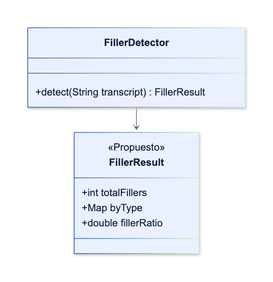
upc-pre-202620-si728-16365-thropic/talki-project-report keeps this Mermaid diagram as assets/diagrams/tactical/02-speech-analysis-classes.png. Above is the earlier version. Its source is kept beside it as assets/diagrams/tactical/02-speech-analysis-classes.mmd.
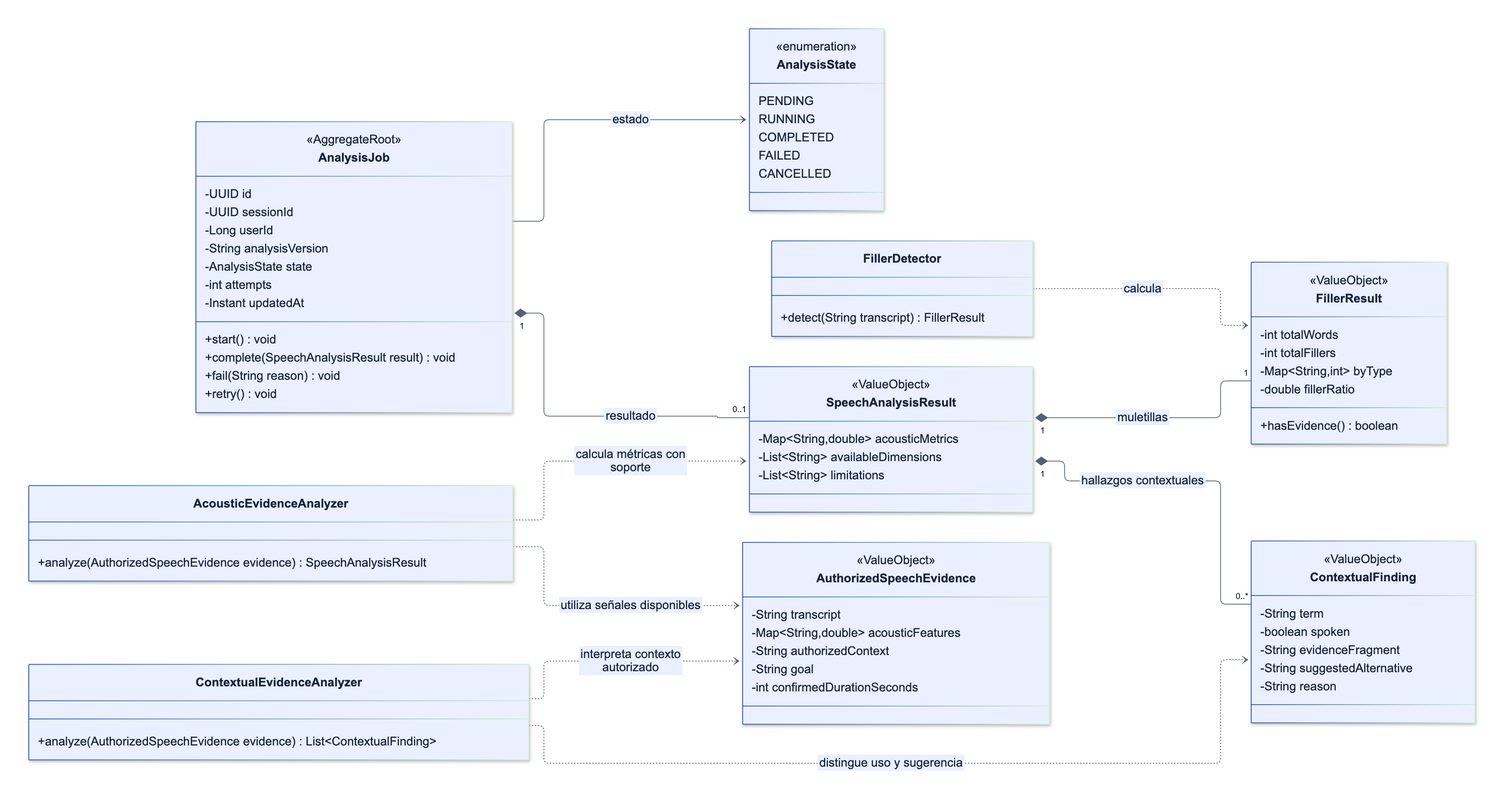
After the commit.

Commit message:
docs(5.2): completa modelos y contratos de Speech Analysis

The edit, as a diff of the source:
```diff
@@ -1,13 +1,72 @@
 classDiagram
-
-    class FillerDetector {
-        +detect(String transcript) FillerResult
-    }
-    class FillerResult {
-        <<Propuesto>>
-        +int totalFillers
-        +Map byType
-        +double fillerRatio
-    }
-
-    FillerDetector --> FillerResult
+ direction LR
+class AnalysisJob {
+  <<AggregateRoot>>
+  -UUID id
+  -UUID sessionId
+  -Long userId
+  -String analysisVersion
+  -AnalysisState state
+  -int attempts
+  -Instant updatedAt
+  +start() void
+  +complete(SpeechAnalysisResult result) void
+  +fail(String reason) void
+  +retry() void
+}
+class AnalysisState {
+  <<enumeration>>
+  PENDING
+  RUNNING
+  COMPLETED
+  FAILED
+  CANCELLED
+}
+class FillerDetector {
+  +detect(String transcript) FillerResult
+}
+class FillerResult {
+  <<ValueObject>>
+  -int totalWords
+  -int totalFillers
+  -Map~String,int~ byType
+  -double fillerRatio
+  +hasEvidence() boolean
+}
+AnalysisJob --> AnalysisState : estado
+AnalysisJob "1" *-- "0..1" SpeechAnalysisResult : resultado
+FillerDetector ..> FillerResult : calcula
+class AuthorizedSpeechEvidence {
+  <<ValueObject>>
+  -String transcript
+  -Map~String,double~ acousticFeatures
+  -String authorizedContext
+  -String goal
+  -int confirmedDurationSeconds
+}
+class SpeechAnalysisResult {
+  <<ValueObject>>
+  -Map~String,double~ acousticMetrics
+  -List~String~ availableDimensions
+  -List~String~ limitations
+}
+class ContextualFinding {
+  <<ValueObject>>
+  -String term
+  -boolean spoken
+  -String evidenceFragment
+  -String suggestedAlternative
+  -String reason
+}
+class AcousticEvidenceAnalyzer {
+  +analyze(AuthorizedSpeechEvidence evidence) SpeechAnalysisResult
+}
+class ContextualEvidenceAnalyzer {
+  +analyze(AuthorizedSpeechEvidence evidence) List~ContextualFinding~
+}
+SpeechAnalysisResult "1" *-- "1" FillerResult : muletillas
+SpeechAnalysisResult "1" *-- "0..*" ContextualFinding : hallazgos contextuales
+AcousticEvidenceAnalyzer ..> AuthorizedSpeechEvidence : utiliza señales disponibles
+AcousticEvidenceAnalyzer ..> SpeechAnalysisResult : calcula métricas con soporte
+ContextualEvidenceAnalyzer ..> AuthorizedSpeechEvidence : interpreta contexto autorizado
+ContextualEvidenceAnalyzer ..> ContextualFinding : distingue uso y sugerencia
```
